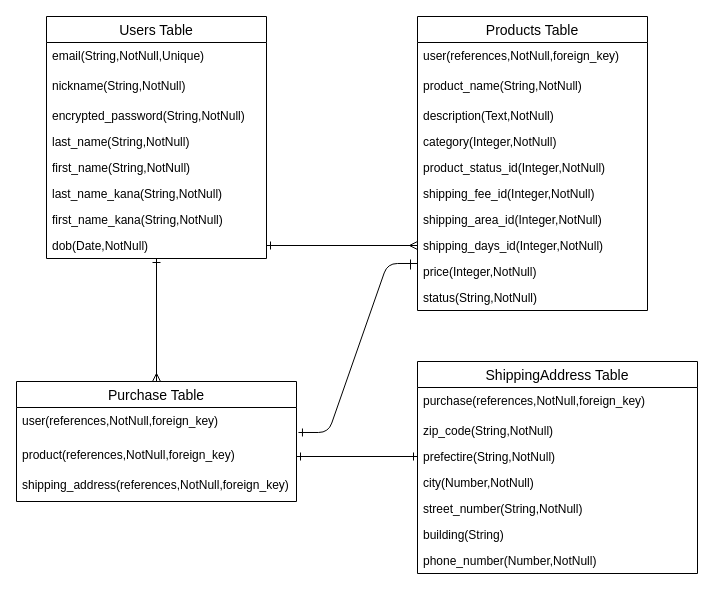
Above: er.dio in yogurt-mr/furima-38039 (draw.io), before the change. Source tidied: cells renumbered, new cells numbered last; positions are measured from the earlier drawing's top-left corner, leaving out a move shared by most shapes. Both pictures are drawn from the tidied source at 100%, with x=0, y=0 at pixel (16, 16).
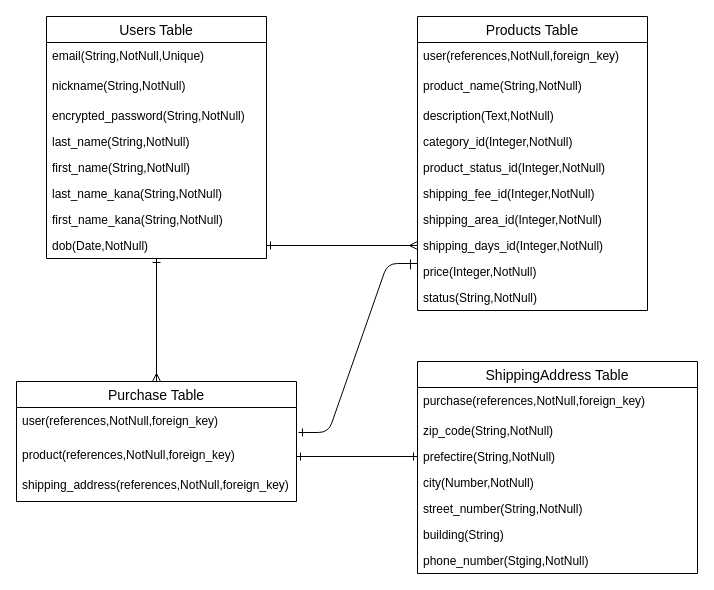
The same diagram, later.

Commit message (it also covers changes not shown here):
er図　テーブル定義指摘事項反映

Unchanged cells that the change refers to:
```xml
<mxCell id="11" value="Products Table" style="swimlane;fontStyle=0;horizontal=1;startSize=26;align=center;fontSize=14;" parent="1" vertex="1">
  <mxGeometry x="401" width="230" height="294" as="geometry" />
</mxCell>
<mxCell id="32" value="ShippingAddress Table" style="swimlane;fontStyle=0;horizontal=1;startSize=26;align=center;fontSize=14;" parent="1" vertex="1">
  <mxGeometry x="401" y="345" width="280" height="212" as="geometry" />
</mxCell>
```

Change to the diagram source:
```diff
@@
-    <mxCell id="15" value="category(Integer,NotNull)" style="text;strokeColor=none;fillColor=none;spacingLeft=4;spacingRight=4;overflow=hidden;fontSize=12;" parent="11" vertex="1">
+    <mxCell id="15" value="category_id(Integer,NotNull)" style="text;strokeColor=none;fillColor=none;spacingLeft=4;spacingRight=4;overflow=hidden;fontSize=12;" parent="11" vertex="1">
       <mxGeometry y="112" width="230" height="26" as="geometry" />
     </mxCell>
@@
-    <mxCell id="39" value="phone_number(Number,NotNull)" style="text;strokeColor=none;fillColor=none;spacingLeft=4;spacingRight=4;overflow=hidden;fontSize=12;" parent="32" vertex="1">
+    <mxCell id="39" value="phone_number(Stging,NotNull)" style="text;strokeColor=none;fillColor=none;spacingLeft=4;spacingRight=4;overflow=hidden;fontSize=12;" parent="32" vertex="1">
       <mxGeometry y="186" width="280" height="26" as="geometry" />
     </mxCell>
```
